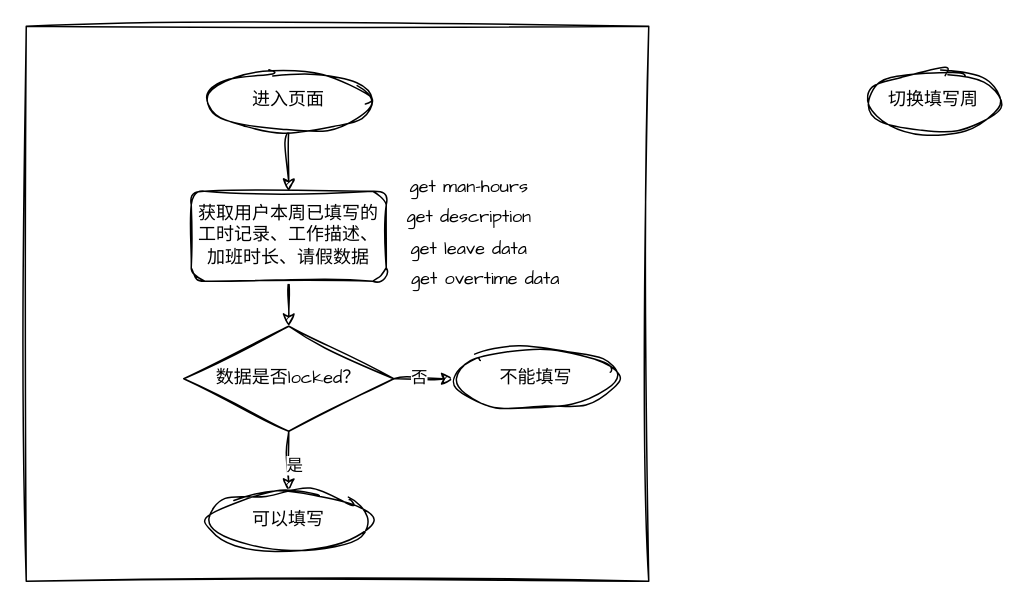
wanting12345/my-project keeps this draw.io diagram as SCUT RobotLab/未命名绘图.drawio. Above is the earlier version. Source tidied: cells renumbered, new cells numbered last; positions are measured from the earlier drawing's top-left corner, leaving out a move shared by most shapes. Both pictures are drawn from the tidied source at 150%, with x=0, y=0 at pixel (26, 26).
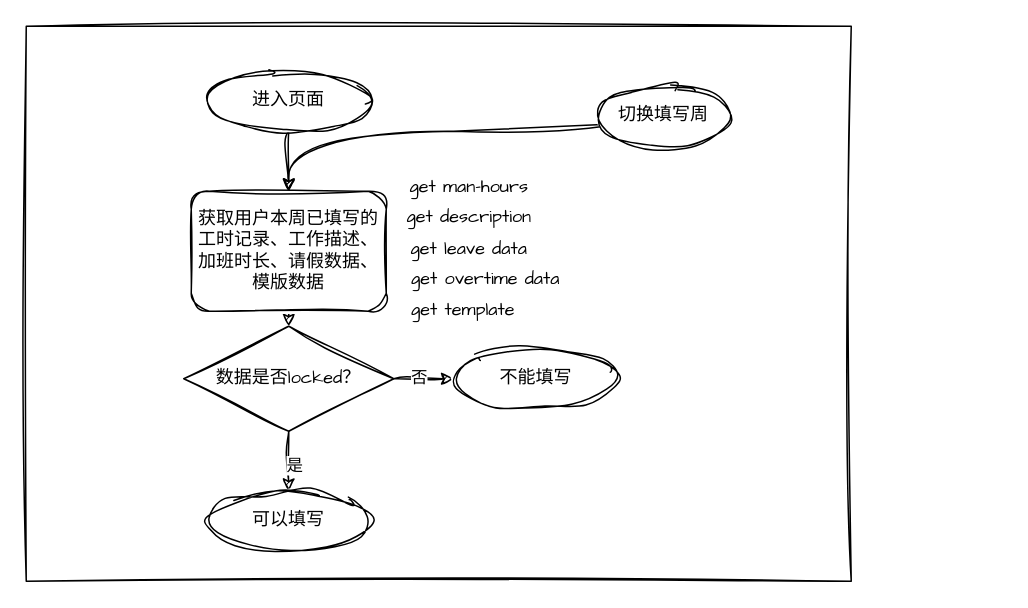
After the change.

Commit message (it also covers changes not shown here):
更新未命名绘图.drawio

The edit, as a diff of the source:
```diff
@@
     <mxCell id="2" style="rounded=0;whiteSpace=wrap;html=1;sketch=1;hachureGap=4;jiggle=2;curveFitting=1;fontFamily=Architects Daughter;" parent="1" vertex="1">
-      <mxGeometry width="415" height="370" as="geometry" />
+      <mxGeometry width="550" height="370" as="geometry" />
     </mxCell>
@@
-    <mxCell id="4" value="获取用户本周已填写的工时记录、工作描述、加班时长、请假数据" style="rounded=1;whiteSpace=wrap;html=1;sketch=1;hachureGap=4;jiggle=2;curveFitting=1;fontFamily=Architects Daughter;" parent="1" vertex="1">
-      <mxGeometry x="110" y="110" width="130" height="60" as="geometry" />
+    <mxCell id="4" value="获取用户本周已填写的工时记录、工作描述、加班时长、请假数据、模版数据" style="rounded=1;whiteSpace=wrap;html=1;sketch=1;hachureGap=4;jiggle=2;curveFitting=1;fontFamily=Architects Daughter;" parent="1" vertex="1">
+      <mxGeometry x="110" y="110" width="130" height="80" as="geometry" />
     </mxCell>
@@
+    <mxCell id="19" style="edgeStyle=orthogonalEdgeStyle;sketch=1;hachureGap=4;jiggle=2;curveFitting=1;jettySize=auto;html=1;entryX=0.5;entryY=0;entryDx=0;entryDy=0;fontFamily=Architects Daughter;curved=1;exitX=0;exitY=0.5;exitDx=0;exitDy=0;" parent="1" edge="1" source="16" target="4">
+      <mxGeometry relative="1" as="geometry">
+        <Array as="points">
+          <mxPoint x="395" y="70" />
+          <mxPoint x="175" y="70" />
+        </Array>
+      </mxGeometry>
+    </mxCell>
     <mxCell id="16" value="切换填写周" style="ellipse;whiteSpace=wrap;html=1;sketch=1;hachureGap=4;jiggle=2;curveFitting=1;fontFamily=Architects Daughter;" parent="1" vertex="1">
-      <mxGeometry x="560" y="30" width="90" height="40" as="geometry" />
+      <mxGeometry x="380" y="40" width="90" height="40" as="geometry" />
     </mxCell>
@@
+    <mxCell id="20" value="get template" style="text;html=1;align=center;verticalAlign=middle;strokeColor=none;fillColor=none;fontFamily=Architects Daughter;" parent="1" vertex="1">
+      <mxGeometry x="246" y="175" width="90" height="30" as="geometry" />
+    </mxCell>
```
